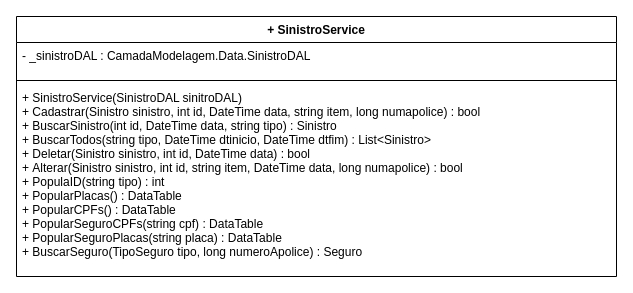
talles2512/Gerenciamento-Frotas keeps this draw.io diagram as Diagramas UML - GerencFrotas/00-ProjetosDrawio/CamadaModelagemServices-SinistroService.drawio. Above is the earlier version. Source tidied: cells renumbered, new cells numbered last; positions are measured from the earlier drawing's top-left corner, leaving out a move shared by most shapes. Both pictures are drawn from the tidied source at 100%, with x=0, y=0 at pixel (16, 16).
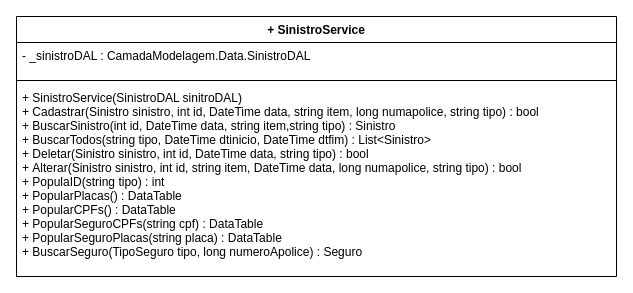
The same page after the edit.

Change to the diagram source:
```diff
@@
 <mxGraphModel>
   <root>
     <mxCell id="0" />
     <mxCell id="1" parent="0" />
     <mxCell id="2" value="+ SinistroService" style="swimlane;fontStyle=1;align=center;verticalAlign=top;horizontal=1;startSize=26;" parent="1" vertex="1">
       <mxGeometry width="600" height="260" as="geometry" />
     </mxCell>
     <mxCell id="3" value="- _sinistroDAL : CamadaModelagem.Data.SinistroDAL&#10;" style="text;strokeColor=none;fillColor=none;align=left;verticalAlign=top;spacingLeft=4;spacingRight=4;overflow=hidden;" parent="2" vertex="1">
       <mxGeometry y="26" width="600" height="34" as="geometry" />
     </mxCell>
     <mxCell id="4" style="line;strokeWidth=1;fillColor=none;align=left;verticalAlign=middle;spacingTop=-1;spacingLeft=3;spacingRight=3;labelPosition=right;" parent="2" vertex="1">
       <mxGeometry y="60" width="600" height="8" as="geometry" />
     </mxCell>
-    <mxCell id="5" value="+ SinistroService(SinistroDAL sinitroDAL)&#10;+ Cadastrar(Sinistro sinistro, int id, DateTime data, string item, long numapolice) : bool&#10;+ BuscarSinistro(int id, DateTime data, string tipo) : Sinistro&#10;+ BuscarTodos(string tipo, DateTime dtinicio, DateTime dtfim) : List&lt;Sinistro&gt;&#10;+ Deletar(Sinistro sinistro, int id, DateTime data) : bool&#10;+ Alterar(Sinistro sinistro, int id, string item, DateTime data, long numapolice) : bool&#10;+ PopulaID(string tipo) : int&#10;+ PopularPlacas() : DataTable&#10;+ PopularCPFs() : DataTable&#10;+ PopularSeguroCPFs(string cpf) : DataTable&#10;+ PopularSeguroPlacas(string placa) : DataTable&#10;+ BuscarSeguro(TipoSeguro tipo, long numeroApolice) : Seguro&#10;&#10; " style="text;strokeColor=none;fillColor=none;align=left;verticalAlign=top;spacingLeft=4;spacingRight=4;overflow=hidden;" parent="2" vertex="1">
+    <mxCell id="5" value="+ SinistroService(SinistroDAL sinitroDAL)&#10;+ Cadastrar(Sinistro sinistro, int id, DateTime data, string item, long numapolice, string tipo) : bool&#10;+ BuscarSinistro(int id, DateTime data, string item,string tipo) : Sinistro&#10;+ BuscarTodos(string tipo, DateTime dtinicio, DateTime dtfim) : List&lt;Sinistro&gt;&#10;+ Deletar(Sinistro sinistro, int id, DateTime data, string tipo) : bool&#10;+ Alterar(Sinistro sinistro, int id, string item, DateTime data, long numapolice, string tipo) : bool&#10;+ PopulaID(string tipo) : int&#10;+ PopularPlacas() : DataTable&#10;+ PopularCPFs() : DataTable&#10;+ PopularSeguroCPFs(string cpf) : DataTable&#10;+ PopularSeguroPlacas(string placa) : DataTable&#10;+ BuscarSeguro(TipoSeguro tipo, long numeroApolice) : Seguro&#10;&#10; " style="text;strokeColor=none;fillColor=none;align=left;verticalAlign=top;spacingLeft=4;spacingRight=4;overflow=hidden;" parent="2" vertex="1">
       <mxGeometry y="68" width="600" height="192" as="geometry" />
     </mxCell>
   </root>
 </mxGraphModel>
```
